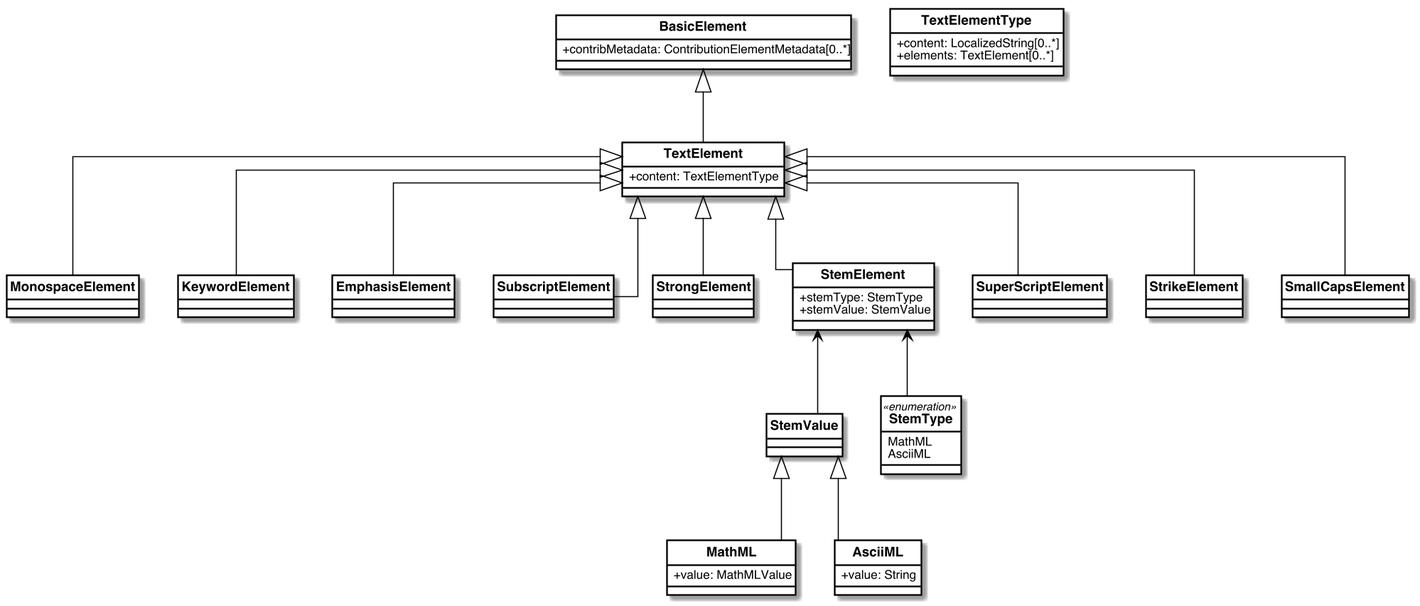
Earlier version of the PlantUML export images/TextElements.png (metanorma/basicdoc-models).
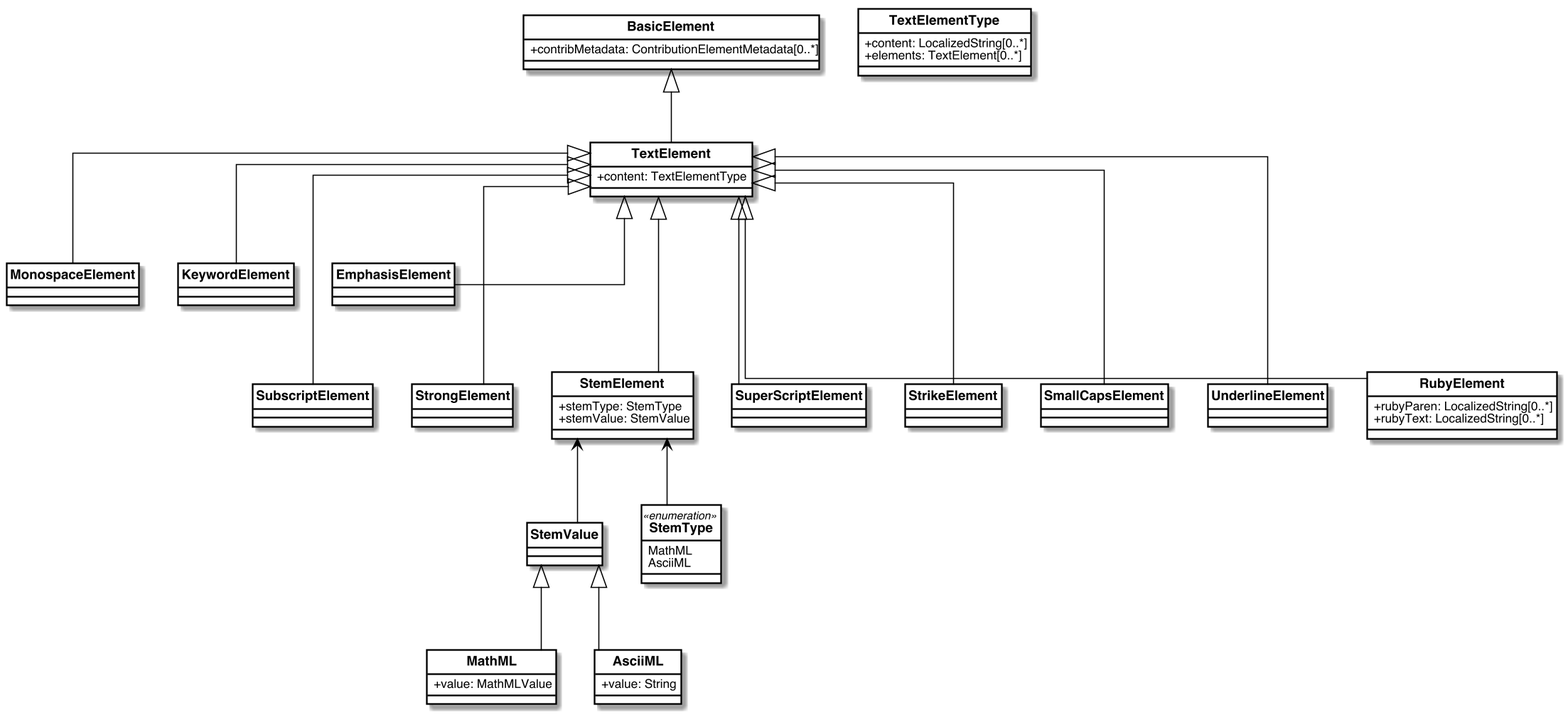
After the change.

Diff of the diagram source:
```diff
@@ -90,8 +90,18 @@
 
 }
 
+class UnderlineElement{
+
+}
+
+
 class StemValue{
 
+}
+
+class RubyElement {
+    +rubyParen: LocalizedString[0..*]
+    +rubyText: LocalizedString[0..*]
 }
 
 class MathML{
@@ -112,12 +122,13 @@
 
 BasicElement <|-down- TextElement
 
-TextElement <|-- KeywordElement
-TextElement <|-- MonospaceElement
-TextElement <|-- EmphasisElement
-TextElement <|-- SubscriptElement
-TextElement <|-- StrongElement
-TextElement <|-- StemElement
+TextElement <|-down- KeywordElement
+TextElement <|-down- MonospaceElement
+TextElement <|-down- EmphasisElement
+TextElement <|--down- SubscriptElement
+TextElement <|--down- StrongElement
+TextElement <|--down- UnderlineElement
+TextElement <|--down- StemElement
 
 StemElement <-- StemType
 StemElement <-- StemValue
@@ -125,8 +136,10 @@
 StemValue <|-- MathML
 StemValue <|-- AsciiML
 
-TextElement <|-- SuperScriptElement
-TextElement <|-- StrikeElement
-TextElement <|-- SmallCapsElement
+TextElement <|--down- SuperScriptElement
+TextElement <|--down- StrikeElement
+TextElement <|--down- SmallCapsElement
+
+TextElement <|--down- RubyElement
 
 @enduml
```
